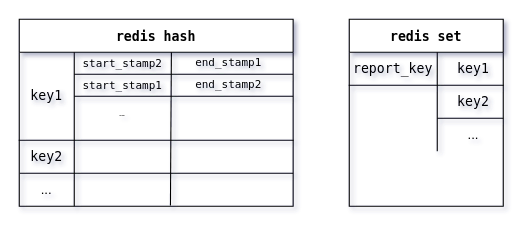
Before: course.drawio in rabbitdream/framework, a draw.io diagram. Source tidied: cells renumbered, new cells numbered last; positions are measured from the earlier drawing's top-left corner, leaving out a move shared by most shapes. Both pictures are drawn from the tidied source at 110%, with x=0, y=0 at pixel (19, 19).
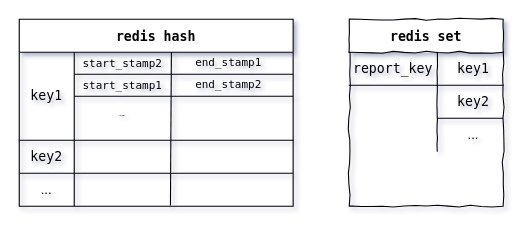
The same page after the edit.

Change to the diagram source:
```diff
@@
-    <mxCell id="23" value="redis set" style="shape=table;startSize=30;childLayout=tableLayout;rowLines=0;fontStyle=1;align=center;fontFamily=Lucida Console;" parent="1" vertex="1">
+    <mxCell id="23" value="redis set" style="shape=table;startSize=30;childLayout=tableLayout;rowLines=0;fontStyle=1;align=center;fontFamily=Lucida Console;comic=1;" parent="1" vertex="1">
       <mxGeometry x="300" width="140" height="170" as="geometry" />
     </mxCell>
```
